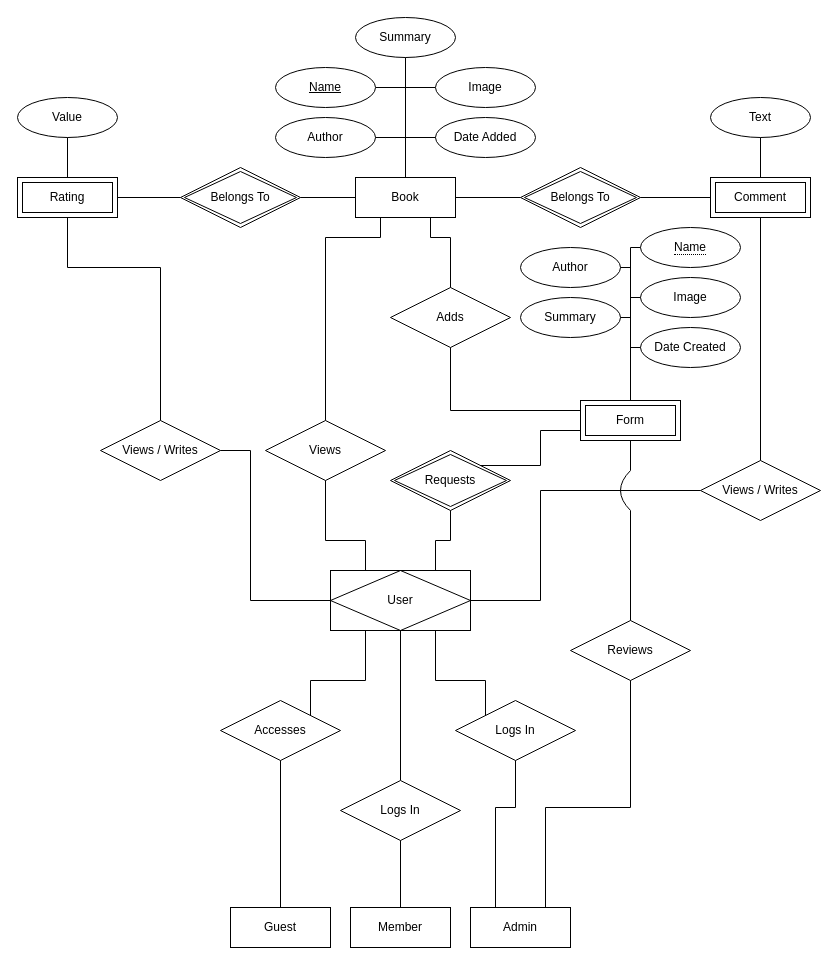
theinsurgentarchive/BDB keeps this draw.io diagram as BDB Diagram.drawio. Above is the earlier version. Source tidied: cells renumbered, new cells numbered last; positions are measured from the earlier drawing's top-left corner, leaving out a move shared by most shapes. Both pictures are drawn from the tidied source at 100%, with x=0, y=0 at pixel (17, 17).
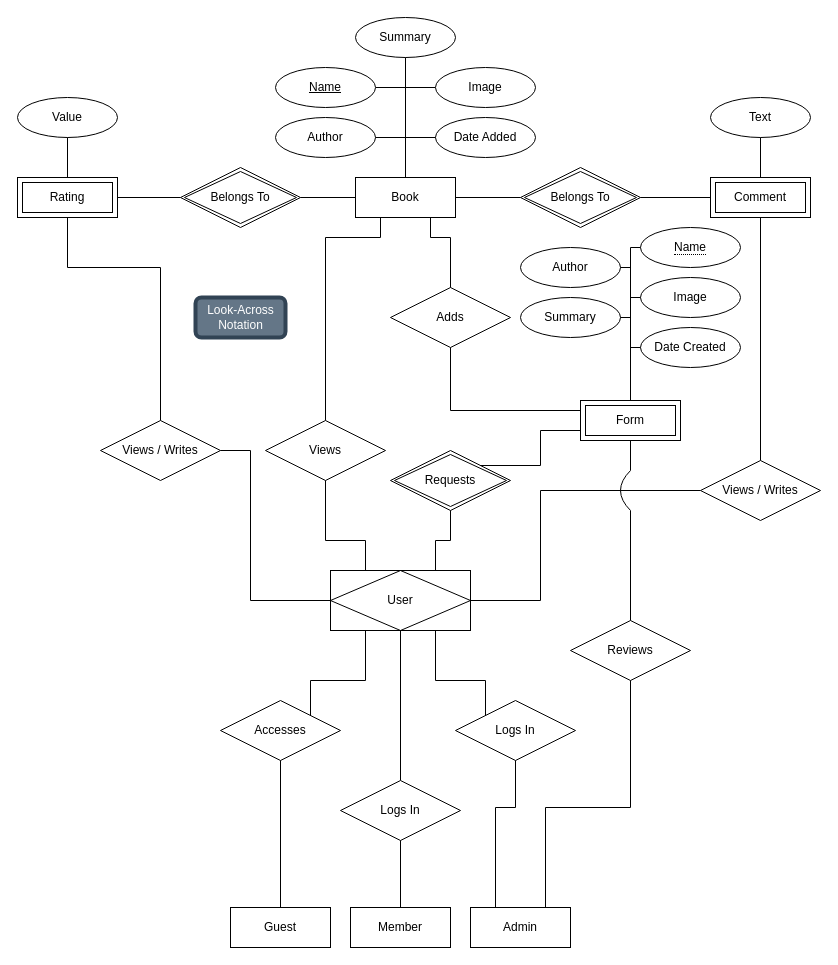
After the change.

Diff of the diagram source:
```diff
@@
+    <mxCell id="69" value="&lt;div&gt;Look-Across&lt;/div&gt;&lt;div&gt;Notation&lt;/div&gt;" style="text;html=1;align=center;verticalAlign=middle;strokeColor=#314354;fillColor=#647687;rounded=1;glass=0;fontColor=#ffffff;strokeWidth=4;" parent="1" vertex="1">
+      <mxGeometry x="178" y="280" width="90" height="40" as="geometry" />
+    </mxCell>
```
